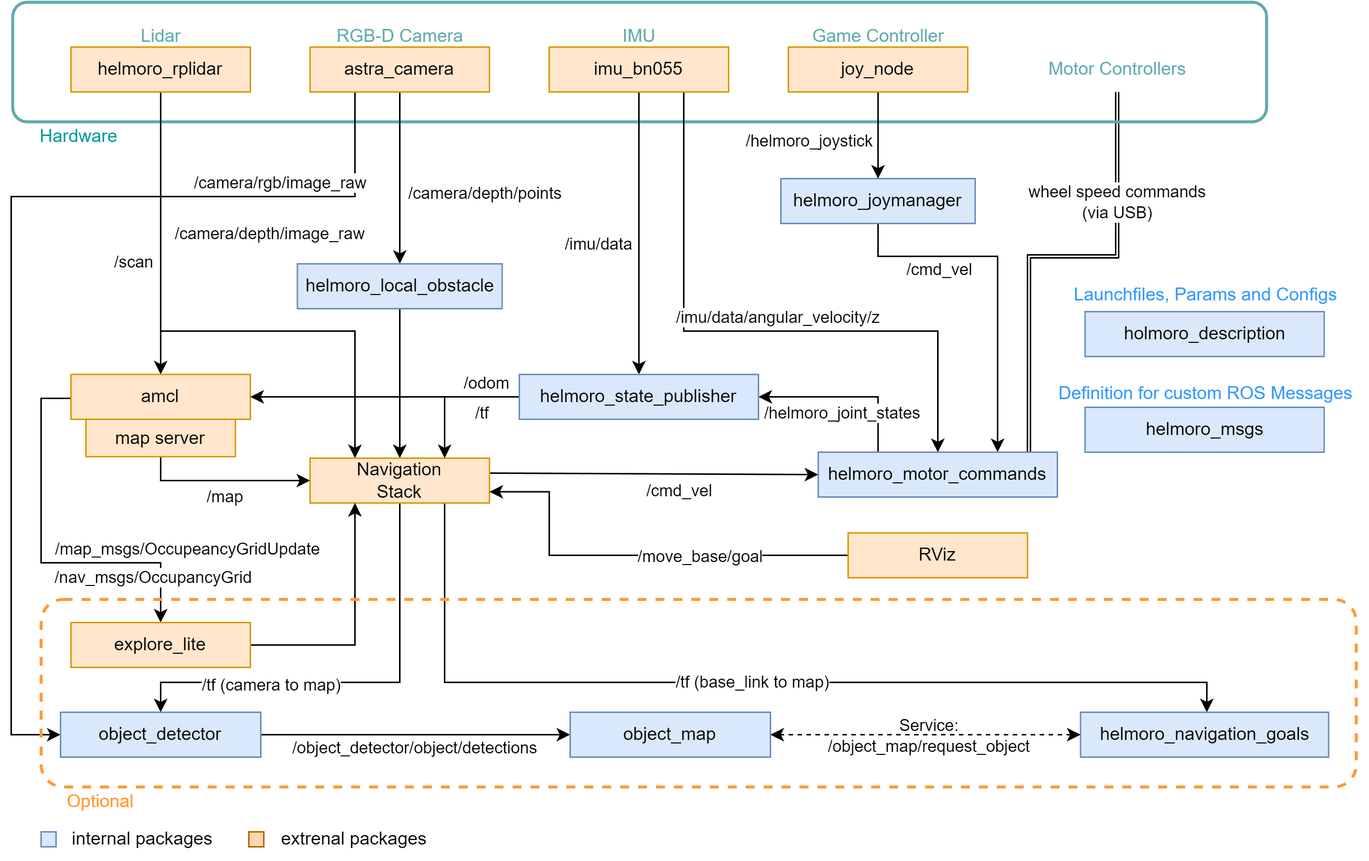
Helbling-Technik/HelMoRo keeps this draw.io diagram as docs/software/pictures/ros_architecture_realrobot.png. Above is the earlier version. Source tidied: cells renumbered, new cells last; positions are measured from the earlier drawing's top-left corner, leaving out a move shared by most shapes.
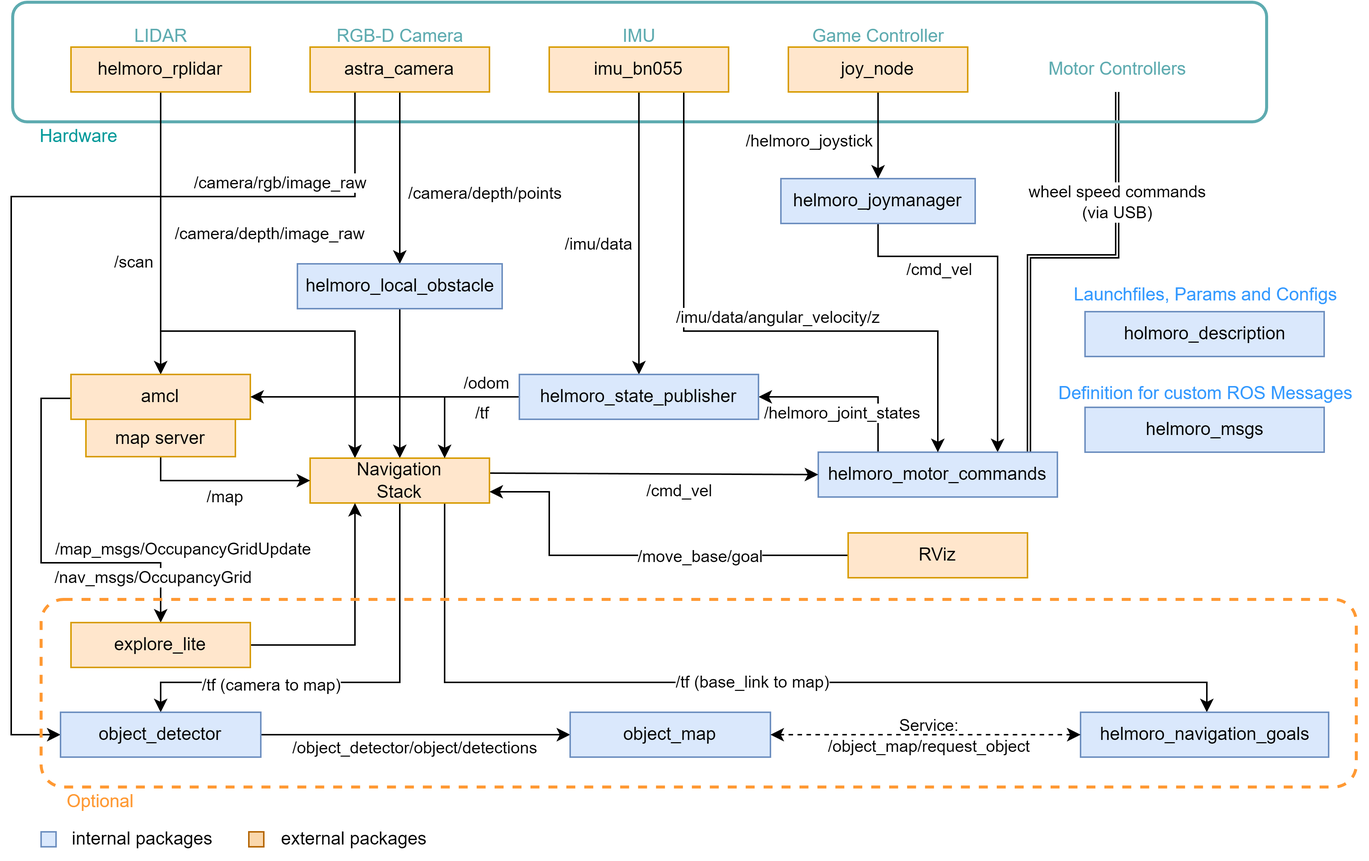
Above is the later version.

Commit message:
corrected typos

What changed in the source:
```diff
@@ -193,9 +193,9 @@
         </Array>
       </mxGeometry>
     </mxCell>
-    <mxCell id="38" value="/map_msgs/OccupeancyGridUpdate" style="edgeLabel;html=1;align=center;verticalAlign=middle;" parent="37" vertex="1">
+    <mxCell id="38" value="/map_msgs/OccupancyGridUpdate" style="edgeLabel;html=1;align=center;verticalAlign=middle;" parent="37" vertex="1">
       <mxGeometry x="0.45" y="-1" relative="1" as="geometry">
-        <mxPoint x="46" y="-11" as="offset" />
+        <mxPoint x="43" y="-11" as="offset" />
       </mxGeometry>
     </mxCell>
     <mxCell id="39" value="amcl" style="rounded=0;whiteSpace=wrap;html=1;fillColor=#ffe6cc;strokeColor=#d79b00;" parent="1" vertex="1">
@@ -289,8 +289,8 @@
         <mxPoint x="-5" y="3" as="offset" />
       </mxGeometry>
     </mxCell>
-    <mxCell id="60" value="Lidar" style="text;html=1;align=center;verticalAlign=middle;strokeColor=none;fillColor=none;fontColor=#5eabb0;" parent="1" vertex="1">
-      <mxGeometry x="75" y="8" width="50" height="30" as="geometry" />
+    <mxCell id="60" value="LIDAR" style="text;html=1;align=center;verticalAlign=middle;strokeColor=none;fillColor=none;fontColor=#5eabb0;" parent="1" vertex="1">
+      <mxGeometry x="70" y="8" width="60" height="30" as="geometry" />
     </mxCell>
     <mxCell id="61" value="RGB-D Camera" style="text;html=1;align=center;verticalAlign=middle;strokeColor=none;fillColor=none;fontColor=#5eabb0;" parent="1" vertex="1">
       <mxGeometry x="205" y="8" width="110" height="30" as="geometry" />
@@ -310,7 +310,7 @@
     <mxCell id="66" style="rounded=0;whiteSpace=wrap;html=1;fillColor=#fad7ac;strokeColor=#b46504;" parent="1" vertex="1">
       <mxGeometry x="159" y="555" width="10" height="10" as="geometry" />
     </mxCell>
-    <mxCell id="67" value="extrenal packages" style="text;html=1;align=left;verticalAlign=middle;strokeColor=none;fillColor=none;" parent="1" vertex="1">
+    <mxCell id="67" value="external packages" style="text;html=1;align=left;verticalAlign=middle;strokeColor=none;fillColor=none;" parent="1" vertex="1">
       <mxGeometry x="179" y="545" width="120" height="30" as="geometry" />
     </mxCell>
     <mxCell id="68" style="edgeStyle=orthogonalEdgeStyle;rounded=0;jettySize=auto;html=1;entryX=1;entryY=0.75;entryDx=0;entryDy=0;" parent="1" edge="1" source="70" target="36">
```
